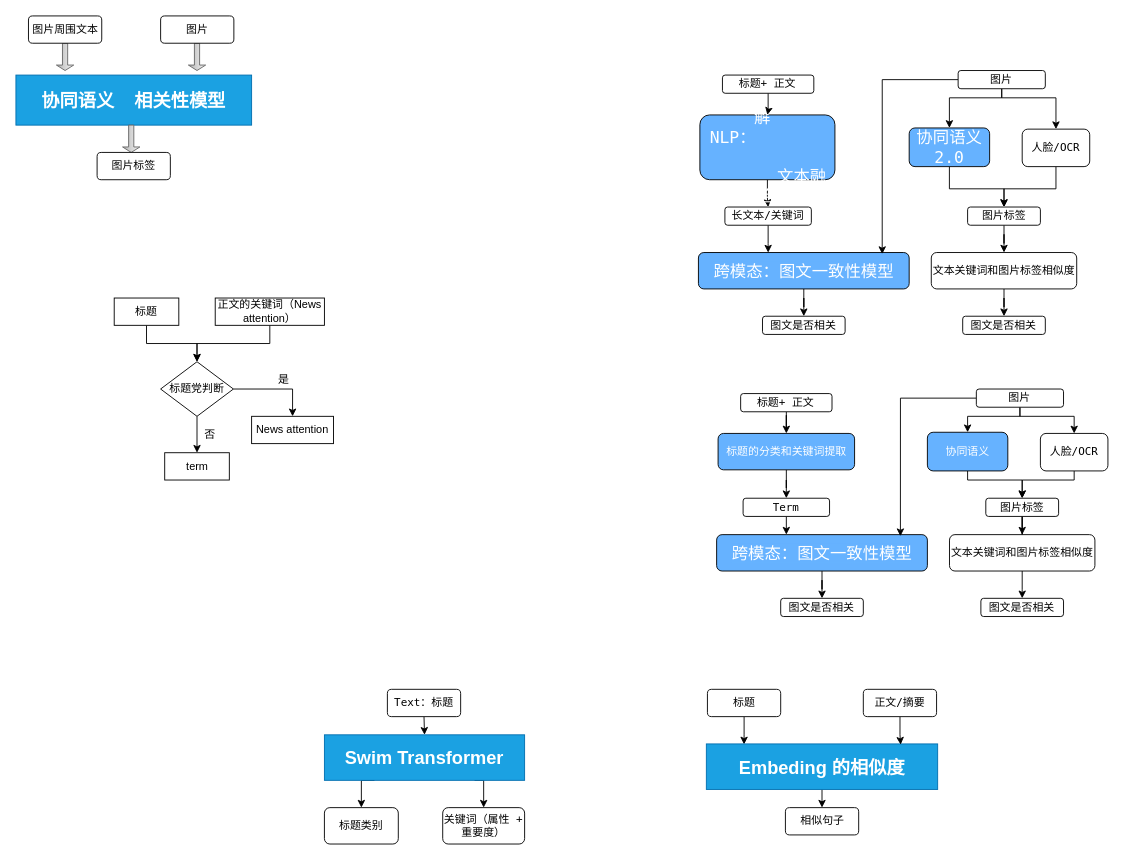
2018liuyan/one keeps this draw.io diagram as 相关性2.0.drawio. Above is the earlier version. Source tidied: cells renumbered, new cells numbered last; positions are measured from the earlier drawing's top-left corner, leaving out a move shared by most shapes. Both pictures are drawn from the tidied source at 91%, with x=0, y=0 at pixel (15, 15).
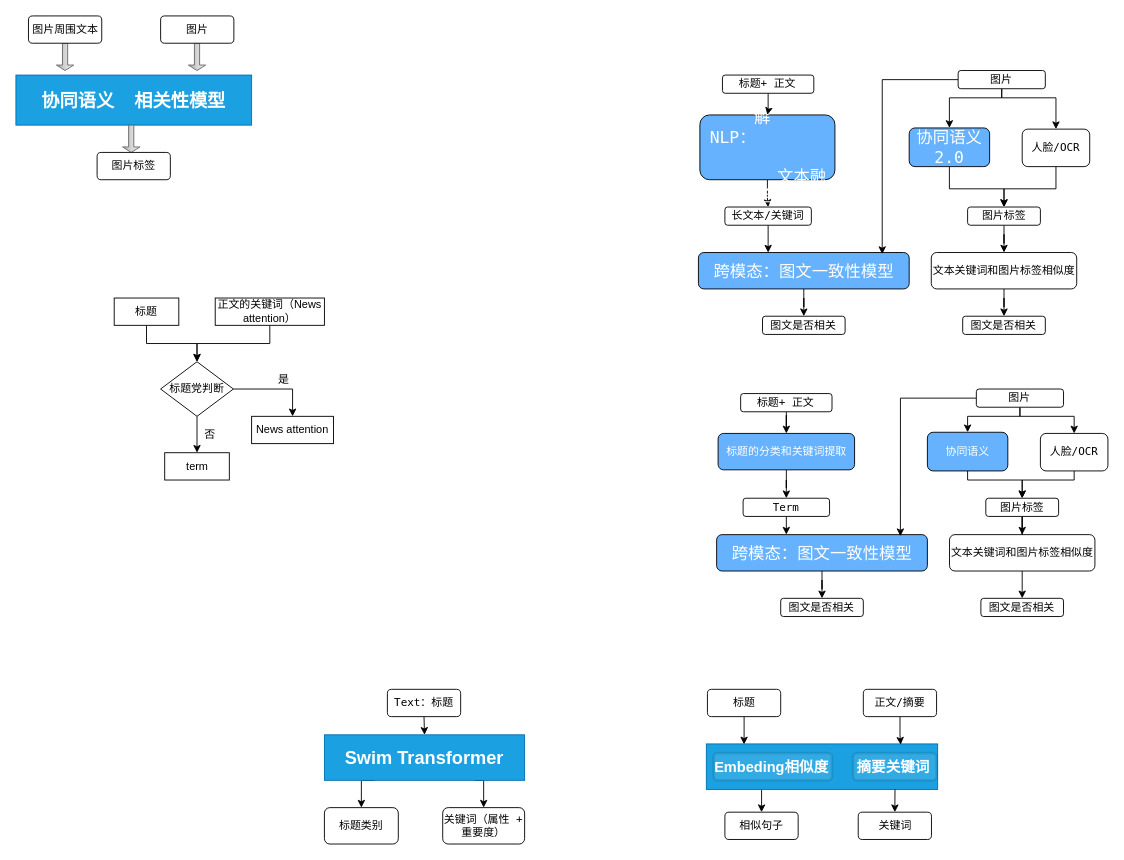
The same diagram, later.

What changed in the source:
```diff
@@
     <mxCell id="73" style="edgeStyle=orthogonalEdgeStyle;rounded=0;jettySize=auto;html=1;entryX=0.5;entryY=0;entryDx=0;entryDy=0;" parent="1" edge="1" source="74" target="75">
-      <mxGeometry relative="1" as="geometry" />
+      <mxGeometry relative="1" as="geometry">
+        <Array as="points">
+          <mxPoint x="819" y="870" />
+        </Array>
+      </mxGeometry>
     </mxCell>
-    <mxCell id="74" value="&lt;span style=&quot;font-size: 20px&quot;&gt;&lt;b&gt;Embeding 的相似度&lt;/b&gt;&lt;/span&gt;" style="rounded=0;whiteSpace=wrap;html=1;fillColor=#1ba1e2;fontColor=#ffffff;strokeColor=#006EAF;" parent="1" vertex="1">
+    <mxCell id="74" value="&lt;b&gt;&lt;font style=&quot;font-size: 16px&quot;&gt;Embeding相似度&amp;nbsp; &amp;nbsp; &amp;nbsp; &amp;nbsp;摘要关键词&lt;/font&gt;&lt;/b&gt;" style="rounded=0;whiteSpace=wrap;html=1;fillColor=#1ba1e2;fontColor=#ffffff;strokeColor=#006EAF;" parent="1" vertex="1">
       <mxGeometry x="758.7" y="800" width="254.2" height="50" as="geometry" />
     </mxCell>
     <mxCell id="75" value="相似句子" style="rounded=1;whiteSpace=wrap;html=1;fontFamily=Lucida Console;" parent="1" vertex="1">
-      <mxGeometry x="845.6" y="870" width="80.5" height="30" as="geometry" />
+      <mxGeometry x="779.1" y="875" width="80.5" height="30" as="geometry" />
     </mxCell>
@@
+    <mxCell id="78" style="rounded=1;whiteSpace=wrap;html=1;fontSize=16;opacity=10;strokeWidth=3;" parent="1" vertex="1">
+      <mxGeometry x="766.8" y="810" width="130" height="30" as="geometry" />
+    </mxCell>
+    <mxCell id="79" style="edgeStyle=orthogonalEdgeStyle;rounded=0;jettySize=auto;html=1;entryX=0.5;entryY=0;entryDx=0;entryDy=0;fontSize=16;" parent="1" edge="1" target="81">
+      <mxGeometry relative="1" as="geometry">
+        <mxPoint x="966" y="850" as="sourcePoint" />
+      </mxGeometry>
+    </mxCell>
+    <mxCell id="80" style="rounded=1;whiteSpace=wrap;html=1;fontSize=16;opacity=10;strokeColor=#000000;strokeWidth=3;" parent="1" vertex="1">
+      <mxGeometry x="920" y="810" width="91.7" height="30" as="geometry" />
+    </mxCell>
+    <mxCell id="81" value="关键词" style="rounded=1;whiteSpace=wrap;html=1;fontFamily=Lucida Console;" parent="1" vertex="1">
+      <mxGeometry x="925.6" y="875" width="80.5" height="30" as="geometry" />
+    </mxCell>
```
